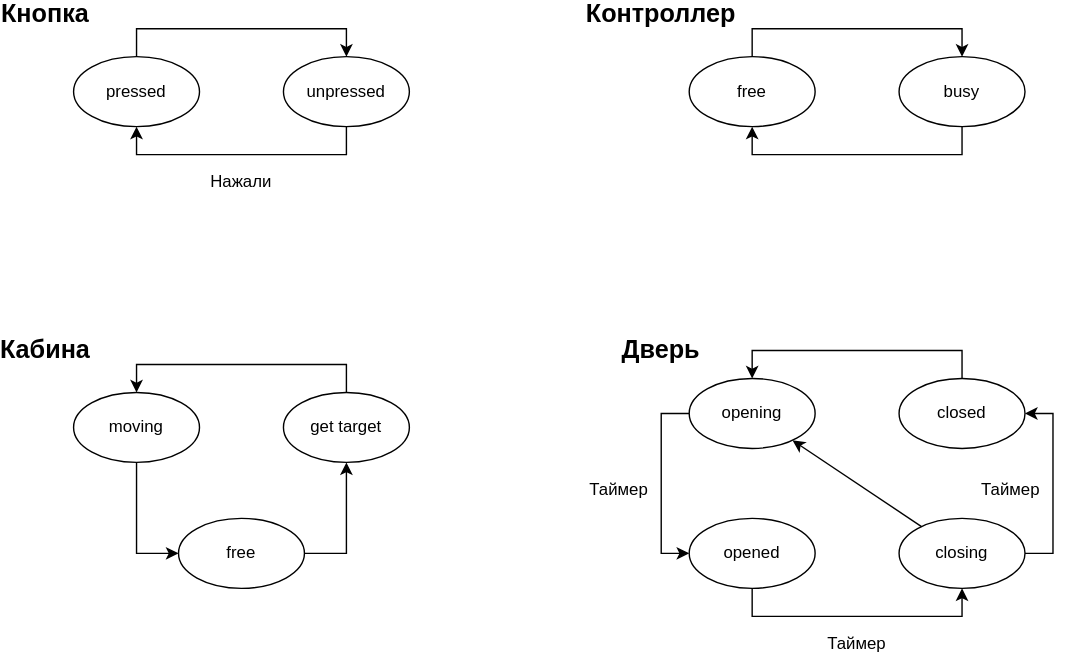
migregal/bmstu-iu7-oop keeps this draw.io diagram as lab_04/uml.svg. Above is the earlier version. Source tidied: cells renumbered, new cells last; positions are measured from the earlier drawing's top-left corner, leaving out a move shared by most shapes.
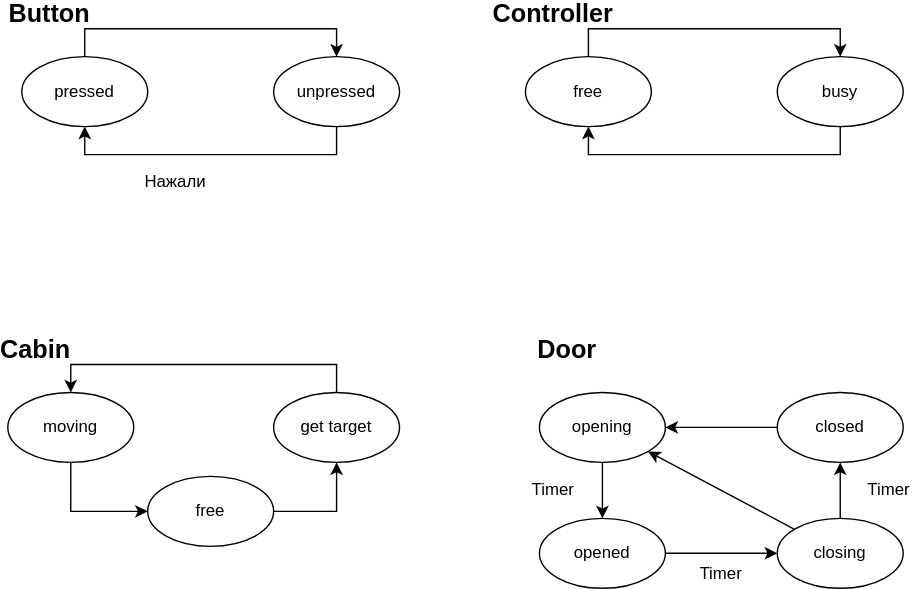
The same file after the commit.

Diff of the diagram source:
```diff
@@ -6,16 +6,16 @@
       <mxGeometry relative="1" as="geometry" />
     </mxCell>
     <mxCell id="3" value="pressed" style="ellipse;whiteSpace=wrap;html=1;" parent="1" vertex="1">
-      <mxGeometry x="40" y="40" width="90" height="50" as="geometry" />
+      <mxGeometry x="50" y="40" width="90" height="50" as="geometry" />
     </mxCell>
     <mxCell id="4" style="edgeStyle=orthogonalEdgeStyle;rounded=0;jettySize=auto;html=1;exitX=0.5;exitY=1;exitDx=0;exitDy=0;entryX=0.5;entryY=1;entryDx=0;entryDy=0;" parent="1" edge="1" source="5" target="3">
       <mxGeometry relative="1" as="geometry" />
     </mxCell>
     <mxCell id="5" value="unpressed" style="ellipse;whiteSpace=wrap;html=1;" parent="1" vertex="1">
-      <mxGeometry x="190" y="40" width="90" height="50" as="geometry" />
+      <mxGeometry x="230" y="40" width="90" height="50" as="geometry" />
     </mxCell>
-    <mxCell id="6" value="&lt;b&gt;&lt;font style=&quot;font-size: 18px&quot;&gt;Кнопка&lt;/font&gt;&lt;/b&gt;" style="text;html=1;strokeColor=none;fillColor=none;align=center;verticalAlign=middle;whiteSpace=wrap;rounded=0;" parent="1" vertex="1">
-      <mxGeometry width="40" height="20" as="geometry" />
+    <mxCell id="6" value="&lt;b&gt;&lt;font style=&quot;font-size: 18px&quot;&gt;Button&lt;/font&gt;&lt;/b&gt;" style="text;html=1;strokeColor=none;fillColor=none;align=center;verticalAlign=middle;whiteSpace=wrap;rounded=0;" parent="1" vertex="1">
+      <mxGeometry x="50" width="40" height="20" as="geometry" />
     </mxCell>
     <mxCell id="7" value="Нажали" style="text;html=1;strokeColor=none;fillColor=none;align=center;verticalAlign=middle;whiteSpace=wrap;rounded=0;" parent="1" vertex="1">
       <mxGeometry x="140" y="120" width="40" height="20" as="geometry" />
@@ -24,16 +24,16 @@
       <mxGeometry relative="1" as="geometry" />
     </mxCell>
     <mxCell id="9" value="free" style="ellipse;whiteSpace=wrap;html=1;" parent="1" vertex="1">
-      <mxGeometry x="480" y="40" width="90" height="50" as="geometry" />
+      <mxGeometry x="410" y="40" width="90" height="50" as="geometry" />
     </mxCell>
     <mxCell id="10" style="edgeStyle=orthogonalEdgeStyle;rounded=0;jettySize=auto;html=1;exitX=0.5;exitY=1;exitDx=0;exitDy=0;entryX=0.5;entryY=1;entryDx=0;entryDy=0;" parent="1" edge="1" source="11" target="9">
       <mxGeometry relative="1" as="geometry" />
     </mxCell>
     <mxCell id="11" value="busy" style="ellipse;whiteSpace=wrap;html=1;" parent="1" vertex="1">
-      <mxGeometry x="630" y="40" width="90" height="50" as="geometry" />
+      <mxGeometry x="590" y="40" width="90" height="50" as="geometry" />
     </mxCell>
-    <mxCell id="12" value="&lt;font style=&quot;font-size: 18px&quot;&gt;&lt;b&gt;Контроллер&lt;/b&gt;&lt;/font&gt;" style="text;html=1;strokeColor=none;fillColor=none;align=center;verticalAlign=middle;whiteSpace=wrap;rounded=0;" parent="1" vertex="1">
-      <mxGeometry x="440" width="40" height="20" as="geometry" />
+    <mxCell id="12" value="&lt;font style=&quot;font-size: 18px&quot;&gt;&lt;b&gt;Controller&lt;/b&gt;&lt;/font&gt;" style="text;html=1;strokeColor=none;fillColor=none;align=center;verticalAlign=middle;whiteSpace=wrap;rounded=0;" parent="1" vertex="1">
+      <mxGeometry x="410" width="40" height="20" as="geometry" />
     </mxCell>
     <mxCell id="13" style="edgeStyle=orthogonalEdgeStyle;rounded=0;jettySize=auto;html=1;exitX=0.5;exitY=1;exitDx=0;exitDy=0;entryX=0;entryY=0.5;entryDx=0;entryDy=0;" parent="1" edge="1" source="14" target="18">
       <mxGeometry relative="1" as="geometry" />
@@ -45,54 +45,59 @@
       <mxGeometry relative="1" as="geometry" />
     </mxCell>
     <mxCell id="16" value="get target" style="ellipse;whiteSpace=wrap;html=1;" parent="1" vertex="1">
-      <mxGeometry x="190" y="280" width="90" height="50" as="geometry" />
+      <mxGeometry x="230" y="280" width="90" height="50" as="geometry" />
     </mxCell>
     <mxCell id="17" style="edgeStyle=orthogonalEdgeStyle;rounded=0;jettySize=auto;html=1;exitX=1;exitY=0.5;exitDx=0;exitDy=0;entryX=0.5;entryY=1;entryDx=0;entryDy=0;" parent="1" edge="1" source="18" target="16">
       <mxGeometry relative="1" as="geometry" />
     </mxCell>
     <mxCell id="18" value="free" style="ellipse;whiteSpace=wrap;html=1;" parent="1" vertex="1">
-      <mxGeometry x="115" y="370" width="90" height="50" as="geometry" />
+      <mxGeometry x="140" y="340" width="90" height="50" as="geometry" />
     </mxCell>
-    <mxCell id="19" value="&lt;b&gt;&lt;font style=&quot;font-size: 18px&quot;&gt;Кабина&lt;/font&gt;&lt;/b&gt;" style="text;html=1;strokeColor=none;fillColor=none;align=center;verticalAlign=middle;whiteSpace=wrap;rounded=0;" parent="1" vertex="1">
-      <mxGeometry y="240" width="40" height="20" as="geometry" />
+    <mxCell id="19" value="&lt;b&gt;&lt;font style=&quot;font-size: 18px&quot;&gt;Cabin&lt;/font&gt;&lt;/b&gt;" style="text;html=1;strokeColor=none;fillColor=none;align=center;verticalAlign=middle;whiteSpace=wrap;rounded=0;" parent="1" vertex="1">
+      <mxGeometry x="40" y="240" width="40" height="20" as="geometry" />
     </mxCell>
-    <mxCell id="20" value="&lt;b&gt;&lt;font style=&quot;font-size: 18px&quot;&gt;Дверь&lt;/font&gt;&lt;/b&gt;" style="text;html=1;strokeColor=none;fillColor=none;align=center;verticalAlign=middle;whiteSpace=wrap;rounded=0;" parent="1" vertex="1">
-      <mxGeometry x="440" y="240" width="40" height="20" as="geometry" />
+    <mxCell id="20" value="&lt;b&gt;&lt;font style=&quot;font-size: 18px&quot;&gt;Door&lt;/font&gt;&lt;/b&gt;" style="text;html=1;strokeColor=none;fillColor=none;align=center;verticalAlign=middle;whiteSpace=wrap;rounded=0;" parent="1" vertex="1">
+      <mxGeometry x="420" y="240" width="40" height="20" as="geometry" />
     </mxCell>
-    <mxCell id="21" style="edgeStyle=orthogonalEdgeStyle;rounded=0;jettySize=auto;html=1;exitX=0;exitY=0.5;exitDx=0;exitDy=0;entryX=0;entryY=0.5;entryDx=0;entryDy=0;" parent="1" edge="1" source="22" target="24">
+    <mxCell id="21" style="edgeStyle=orthogonalEdgeStyle;rounded=0;jettySize=auto;html=1;exitX=0.5;exitY=1;exitDx=0;exitDy=0;entryX=0.5;entryY=0;entryDx=0;entryDy=0;" parent="1" edge="1" source="22" target="24">
       <mxGeometry relative="1" as="geometry" />
     </mxCell>
     <mxCell id="22" value="opening" style="ellipse;whiteSpace=wrap;html=1;" parent="1" vertex="1">
-      <mxGeometry x="480" y="270" width="90" height="50" as="geometry" />
+      <mxGeometry x="420" y="280" width="90" height="50" as="geometry" />
     </mxCell>
-    <mxCell id="23" style="edgeStyle=orthogonalEdgeStyle;rounded=0;jettySize=auto;html=1;exitX=0.5;exitY=1;exitDx=0;exitDy=0;entryX=0.5;entryY=1;entryDx=0;entryDy=0;" parent="1" edge="1" source="24" target="28">
-      <mxGeometry relative="1" as="geometry" />
+    <mxCell id="23" style="edgeStyle=orthogonalEdgeStyle;rounded=0;jettySize=auto;html=1;exitX=1;exitY=0.5;exitDx=0;exitDy=0;entryX=0;entryY=0.5;entryDx=0;entryDy=0;" parent="1" edge="1" source="24" target="28">
+      <mxGeometry relative="1" as="geometry">
+        <Array as="points">
+          <mxPoint x="550" y="395" />
+          <mxPoint x="550" y="395" />
+        </Array>
+      </mxGeometry>
     </mxCell>
     <mxCell id="24" value="opened" style="ellipse;whiteSpace=wrap;html=1;" parent="1" vertex="1">
-      <mxGeometry x="480" y="370" width="90" height="50" as="geometry" />
+      <mxGeometry x="420" y="370" width="90" height="50" as="geometry" />
     </mxCell>
-    <mxCell id="25" style="edgeStyle=orthogonalEdgeStyle;rounded=0;jettySize=auto;html=1;exitX=0.5;exitY=0;exitDx=0;exitDy=0;entryX=0.5;entryY=0;entryDx=0;entryDy=0;" parent="1" edge="1" source="26" target="22">
+    <mxCell id="25" style="edgeStyle=orthogonalEdgeStyle;rounded=0;jettySize=auto;html=1;exitX=0;exitY=0.5;exitDx=0;exitDy=0;entryX=1;entryY=0.5;entryDx=0;entryDy=0;" parent="1" edge="1" source="26" target="22">
       <mxGeometry relative="1" as="geometry" />
     </mxCell>
     <mxCell id="26" value="closed" style="ellipse;whiteSpace=wrap;html=1;" parent="1" vertex="1">
-      <mxGeometry x="630" y="270" width="90" height="50" as="geometry" />
+      <mxGeometry x="590" y="280" width="90" height="50" as="geometry" />
     </mxCell>
-    <mxCell id="27" style="edgeStyle=orthogonalEdgeStyle;rounded=0;jettySize=auto;html=1;exitX=1;exitY=0.5;exitDx=0;exitDy=0;entryX=1;entryY=0.5;entryDx=0;entryDy=0;" parent="1" edge="1" source="28" target="26">
+    <mxCell id="27" style="edgeStyle=orthogonalEdgeStyle;rounded=0;jettySize=auto;html=1;exitX=0.5;exitY=0;exitDx=0;exitDy=0;entryX=0.5;entryY=1;entryDx=0;entryDy=0;" parent="1" edge="1" source="28" target="26">
       <mxGeometry relative="1" as="geometry" />
     </mxCell>
     <mxCell id="28" value="closing" style="ellipse;whiteSpace=wrap;html=1;" parent="1" vertex="1">
-      <mxGeometry x="630" y="370" width="90" height="50" as="geometry" />
+      <mxGeometry x="590" y="370" width="90" height="50" as="geometry" />
     </mxCell>
     <mxCell id="29" style="endArrow=classic;html=1;" parent="1" edge="1" source="28" target="22">
       <mxGeometry relative="1" as="geometry" />
     </mxCell>
-    <mxCell id="30" value="Таймер" style="text;html=1;strokeColor=none;fillColor=none;align=center;verticalAlign=middle;whiteSpace=wrap;rounded=0;" parent="1" vertex="1">
-      <mxGeometry x="690" y="340" width="40" height="20" as="geometry" />
+    <mxCell id="30" value="Timer" style="text;html=1;strokeColor=none;fillColor=none;align=center;verticalAlign=middle;whiteSpace=wrap;rounded=0;" parent="1" vertex="1">
+      <mxGeometry x="650" y="340" width="40" height="20" as="geometry" />
     </mxCell>
-    <mxCell id="31" value="Таймер" style="text;html=1;strokeColor=none;fillColor=none;align=center;verticalAlign=middle;whiteSpace=wrap;rounded=0;" parent="1" vertex="1">
-      <mxGeometry x="580" y="450" width="40" height="20" as="geometry" />
+    <mxCell id="31" value="Timer" style="text;html=1;strokeColor=none;fillColor=none;align=center;verticalAlign=middle;whiteSpace=wrap;rounded=0;" parent="1" vertex="1">
+      <mxGeometry x="530" y="400" width="40" height="20" as="geometry" />
     </mxCell>
-    <mxCell id="32" value="Таймер" style="text;html=1;strokeColor=none;fillColor=none;align=center;verticalAlign=middle;whiteSpace=wrap;rounded=0;" parent="1" vertex="1">
+    <mxCell id="32" value="Timer" style="text;html=1;strokeColor=none;fillColor=none;align=center;verticalAlign=middle;whiteSpace=wrap;rounded=0;" parent="1" vertex="1">
       <mxGeometry x="410" y="340" width="40" height="20" as="geometry" />
     </mxCell>
   </root>
```
